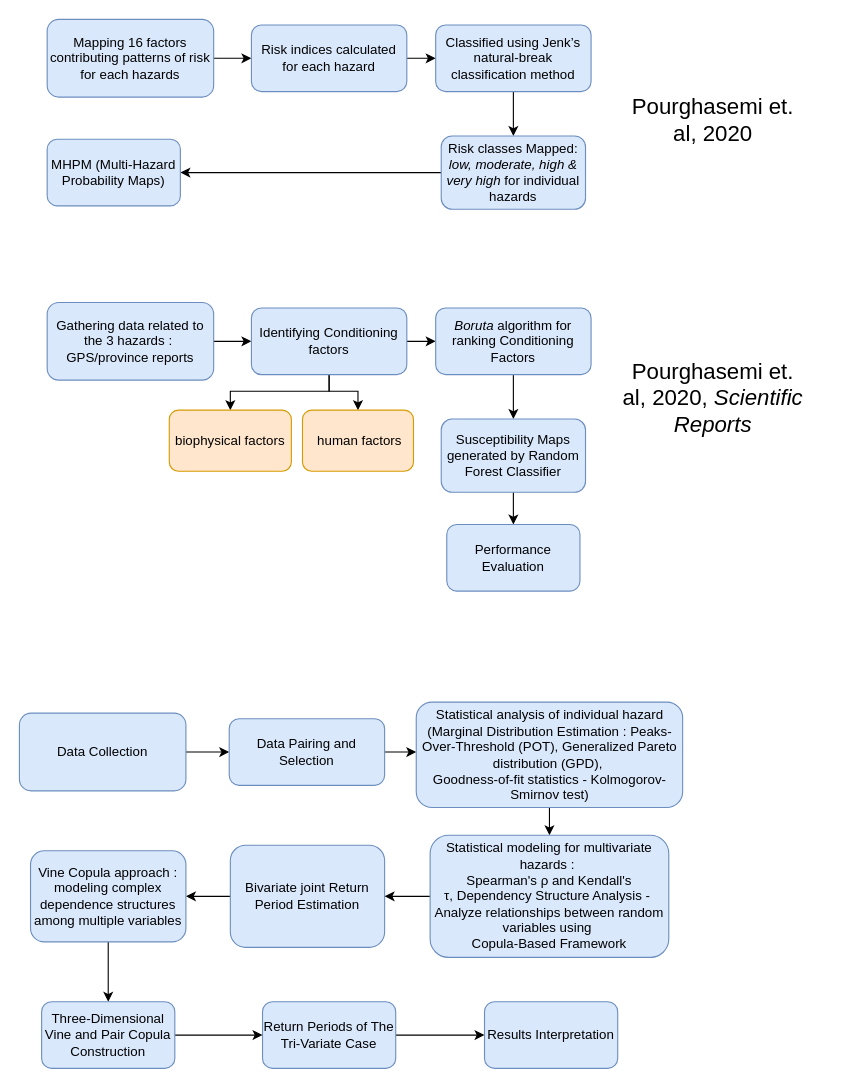
Above: ICARS.drawio in rachitiirs/ICARS (draw.io), before the change. Source tidied: cells renumbered, new cells numbered last; positions are measured from the earlier drawing's top-left corner, leaving out a move shared by most shapes. Both pictures are drawn from the tidied source at 111%, with x=0, y=0 at pixel (19, 19).
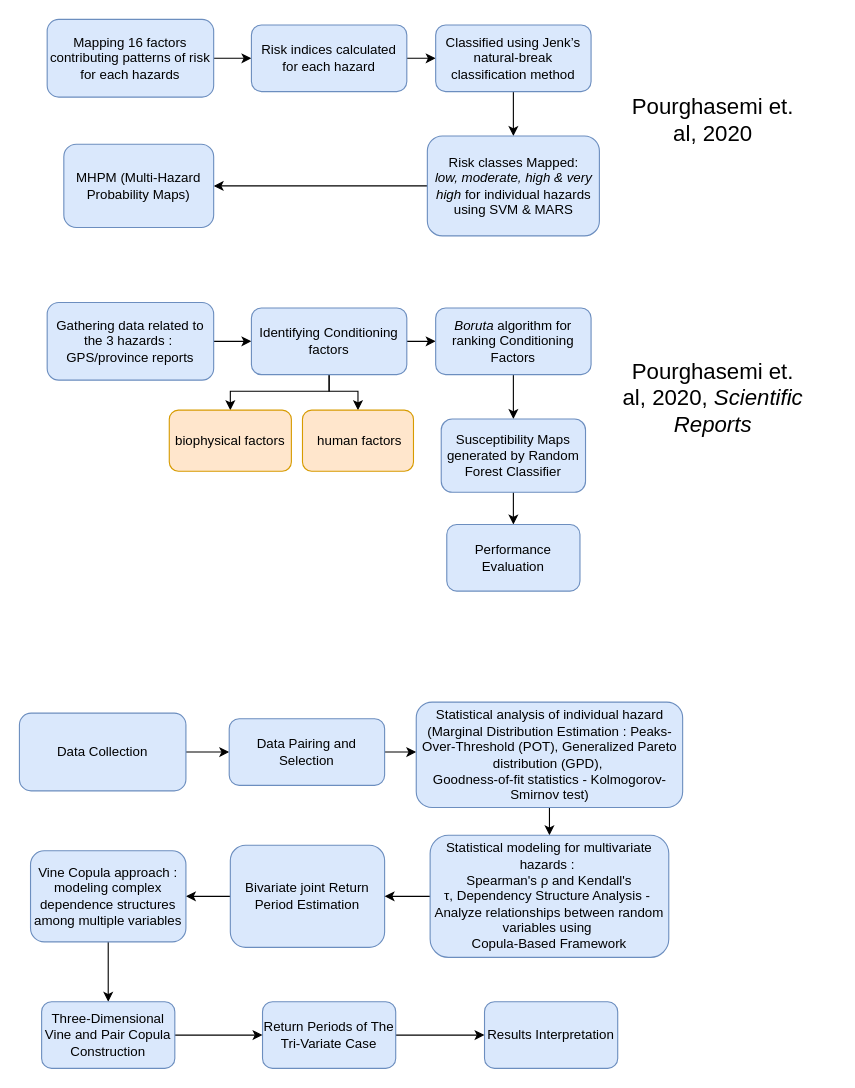
The same page after the edit.

Change to the diagram source:
```diff
@@
-    <mxCell id="9" value="Risk classes Mapped:&lt;div&gt;&lt;i&gt;low,&amp;nbsp;&lt;/i&gt;&lt;span style=&quot;background-color: initial;&quot;&gt;&lt;i&gt;moderate, high &amp;amp; very high &lt;/i&gt;for individual hazards&lt;/span&gt;&lt;/div&gt;" style="whiteSpace=wrap;html=1;rounded=1;glass=0;strokeWidth=1;shadow=0;fillColor=#dae8fc;strokeColor=#6c8ebf;" parent="1" vertex="1">
-      <mxGeometry x="380" y="105" width="130" height="66" as="geometry" />
+    <mxCell id="9" value="Risk classes Mapped:&lt;div&gt;&lt;i&gt;low,&amp;nbsp;&lt;/i&gt;&lt;span style=&quot;background-color: initial;&quot;&gt;&lt;i&gt;moderate, high &amp;amp; very high &lt;/i&gt;for individual hazards using SVM &amp;amp; MARS&lt;/span&gt;&lt;/div&gt;" style="whiteSpace=wrap;html=1;rounded=1;glass=0;strokeWidth=1;shadow=0;fillColor=#dae8fc;strokeColor=#6c8ebf;" parent="1" vertex="1">
+      <mxGeometry x="367.5" y="105" width="155" height="90" as="geometry" />
     </mxCell>
@@
     <mxCell id="24" value="MHPM (Multi-Hazard Probability Maps)" style="whiteSpace=wrap;html=1;fillColor=#dae8fc;strokeColor=#6c8ebf;rounded=1;glass=0;strokeWidth=1;shadow=0;" parent="1" vertex="1">
-      <mxGeometry x="25" y="108" width="120" height="60" as="geometry" />
+      <mxGeometry x="40" y="112.5" width="135" height="75" as="geometry" />
     </mxCell>
```
